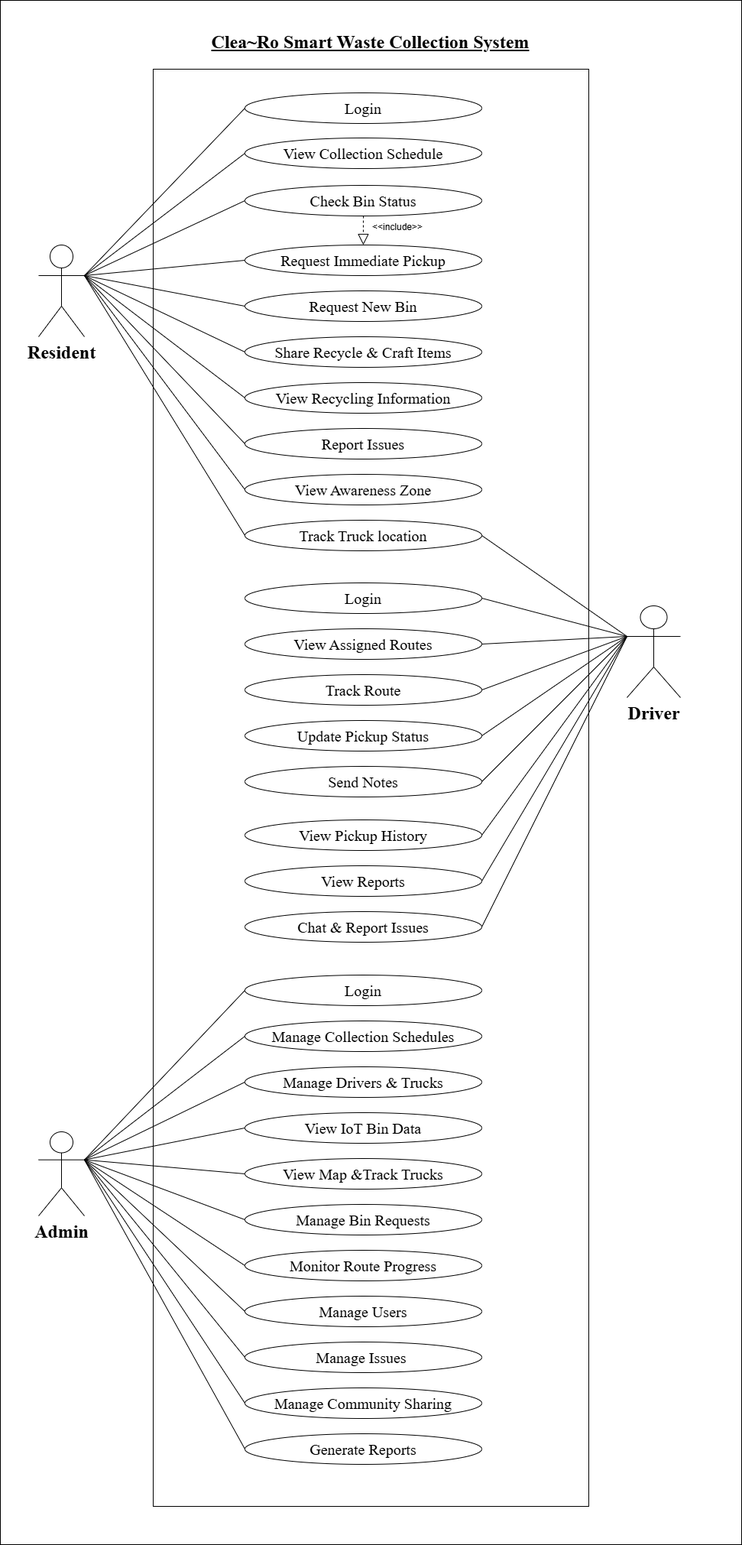
The draw.io diagram Documents/Diagrams & Que/Use Case Diagram Correct one.png in Kebuni22/Clearo_Final_Year_Project_Smart_Waste_Collection_System, before a commit. Source tidied: cells renumbered, new cells last; positions are measured from the earlier drawing's top-left corner, leaving out a move shared by most shapes.
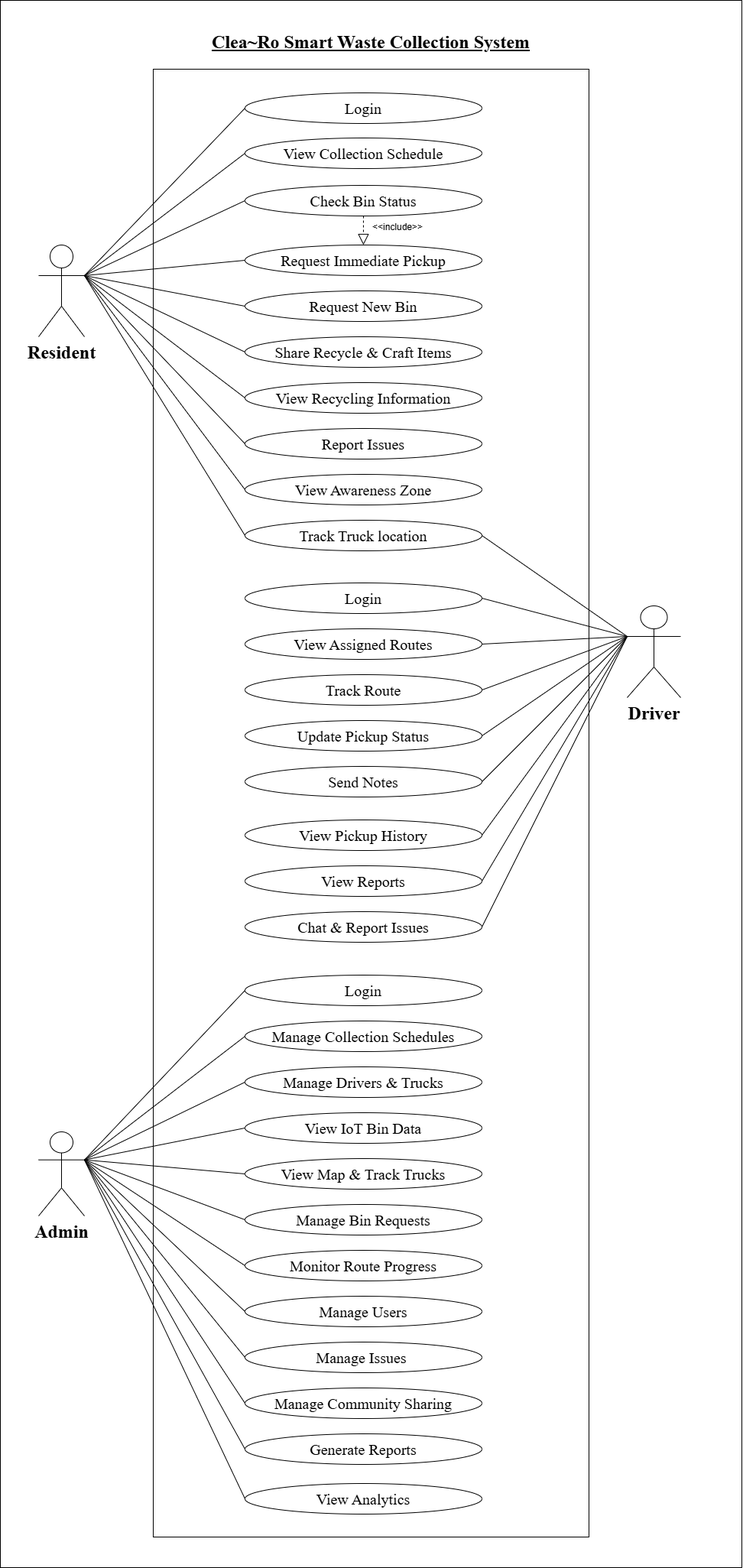
After the change.

The edit, as a diff of the source:
```diff
@@ -3,13 +3,13 @@
     <mxCell id="0" />
     <mxCell id="1" parent="0" />
     <mxCell id="2" style="rounded=0;whiteSpace=wrap;html=1;" parent="1" vertex="1">
-      <mxGeometry width="970" height="2020" as="geometry" />
+      <mxGeometry width="970" height="2050" as="geometry" />
     </mxCell>
     <mxCell id="3" value="&lt;font face=&quot;Times New Roman&quot; style=&quot;font-size: 24px;&quot;&gt;&lt;b style=&quot;&quot;&gt;&lt;u style=&quot;&quot;&gt;Clea~Ro Smart Waste Collection System&lt;/u&gt;&lt;/b&gt;&lt;/font&gt;" style="text;html=1;whiteSpace=wrap;strokeColor=none;fillColor=none;align=center;verticalAlign=middle;rounded=0;" parent="1" vertex="1">
       <mxGeometry x="261.2" y="40" width="447.5" height="30" as="geometry" />
     </mxCell>
     <mxCell id="4" style="rounded=0;whiteSpace=wrap;html=1;" parent="1" vertex="1">
-      <mxGeometry x="200" y="90" width="570" height="1880" as="geometry" />
+      <mxGeometry x="200" y="90" width="570" height="1920" as="geometry" />
     </mxCell>
     <mxCell id="5" value="&lt;font style=&quot;font-size: 24px;&quot; face=&quot;Times New Roman&quot;&gt;&lt;b&gt;Resident&lt;/b&gt;&lt;/font&gt;" style="shape=umlActor;verticalLabelPosition=bottom;verticalAlign=top;html=1;" parent="1" vertex="1">
       <mxGeometry x="50" y="320" width="60" height="120" as="geometry" />
@@ -77,7 +77,7 @@
     <mxCell id="26" value="&lt;font face=&quot;Times New Roman&quot; style=&quot;font-size: 20px;&quot;&gt;Generate Reports&lt;/font&gt;" style="ellipse;whiteSpace=wrap;html=1;" parent="1" vertex="1">
       <mxGeometry x="320" y="1875" width="310" height="40" as="geometry" />
     </mxCell>
-    <mxCell id="27" value="&lt;font face=&quot;Times New Roman&quot; style=&quot;font-size: 20px;&quot;&gt;View Map &amp;amp;Track Trucks&lt;/font&gt;" style="ellipse;whiteSpace=wrap;html=1;" parent="1" vertex="1">
+    <mxCell id="27" value="&lt;font face=&quot;Times New Roman&quot; style=&quot;font-size: 20px;&quot;&gt;View Map &amp;amp; Track Trucks&lt;/font&gt;" style="ellipse;whiteSpace=wrap;html=1;" parent="1" vertex="1">
       <mxGeometry x="320" y="1515" width="310" height="40" as="geometry" />
     </mxCell>
     <mxCell id="28" value="&lt;font face=&quot;Times New Roman&quot; style=&quot;font-size: 20px;&quot;&gt;Monitor Route Progress&lt;/font&gt;" style="ellipse;whiteSpace=wrap;html=1;" parent="1" vertex="1">
@@ -206,5 +206,11 @@
     <mxCell id="68" style="endArrow=none;html=1;rounded=0;entryX=1;entryY=0.5;entryDx=0;entryDy=0;exitX=0;exitY=0.3333333333333333;exitDx=0;exitDy=0;exitPerimeter=0;" parent="1" edge="1" source="42" target="67">
       <mxGeometry relative="1" as="geometry" />
     </mxCell>
+    <mxCell id="69" value="&lt;font face=&quot;Times New Roman&quot;&gt;&lt;span style=&quot;font-size: 20px;&quot;&gt;View Analytics&lt;/span&gt;&lt;/font&gt;" style="ellipse;whiteSpace=wrap;html=1;" parent="1" vertex="1">
+      <mxGeometry x="320" y="1940" width="310" height="40" as="geometry" />
+    </mxCell>
+    <mxCell id="70" style="endArrow=none;html=1;rounded=0;exitX=0;exitY=0.5;exitDx=0;exitDy=0;entryX=1;entryY=0.3333333333333333;entryDx=0;entryDy=0;entryPerimeter=0;" parent="1" edge="1" source="69" target="49">
+      <mxGeometry relative="1" as="geometry" />
+    </mxCell>
   </root>
 </mxGraphModel>
```
